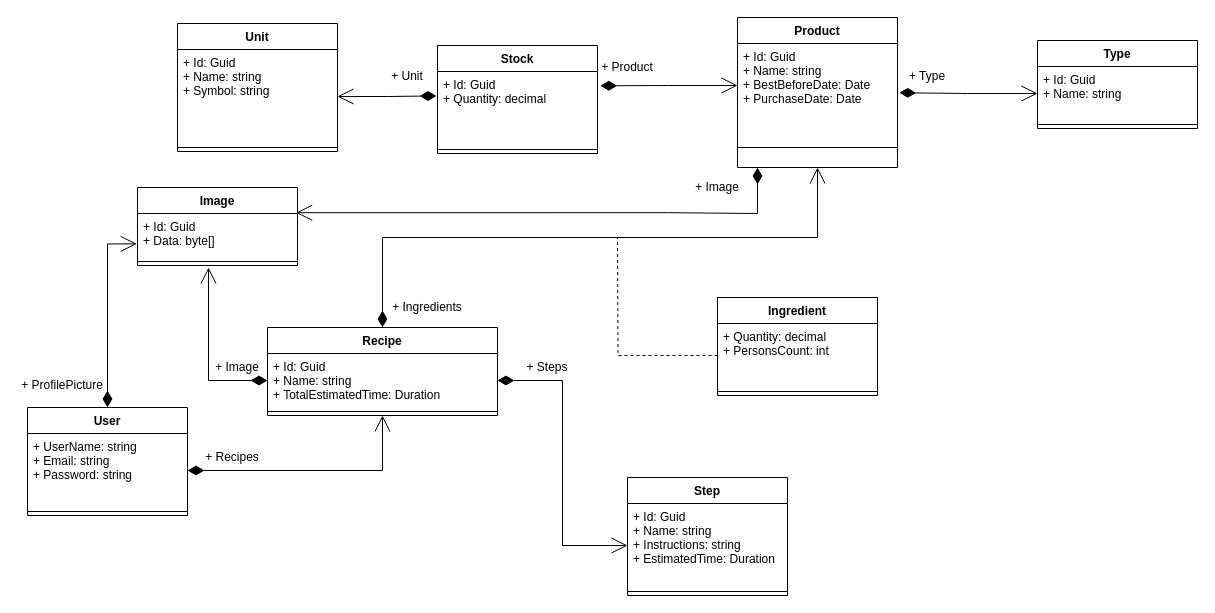
Earlier version of the draw.io diagram datamodel-fork-eat.drawio (ForkEat/docs). Source tidied: cells renumbered, new cells numbered last; positions are measured from the earlier drawing's top-left corner, leaving out a move shared by most shapes. Both pictures are drawn from the tidied source at 100%, with x=0, y=0 at pixel (17, 17).
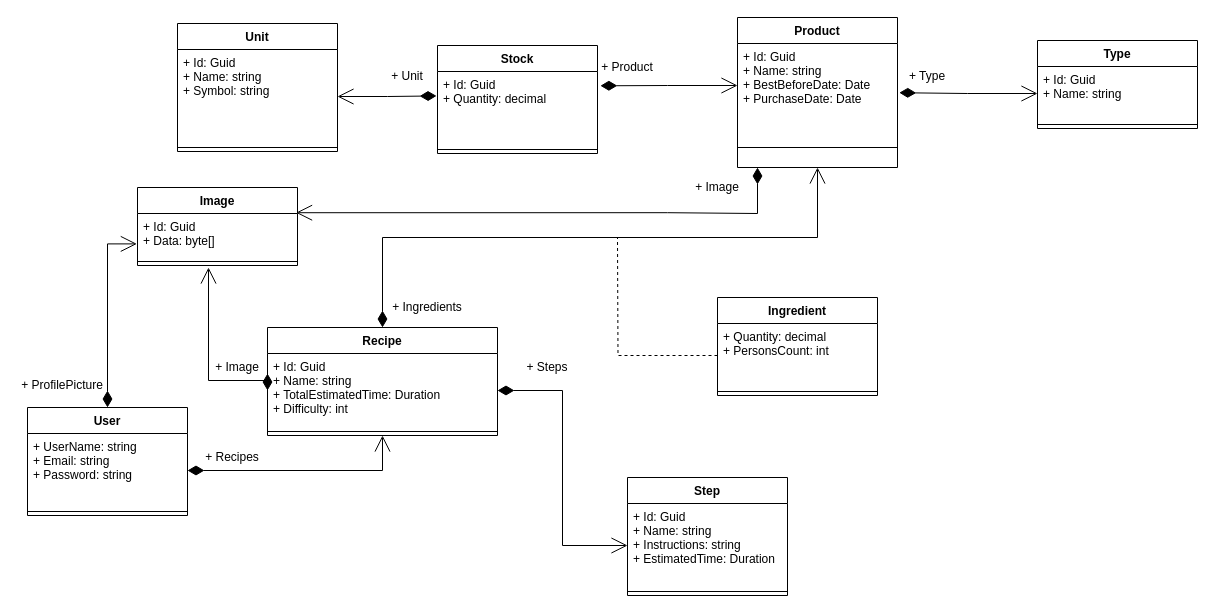
The same page after the edit.

Commit message:
add diffulty on digram

Change to the diagram source:
```diff
@@
     <mxCell id="15" value="Recipe" style="swimlane;fontStyle=1;align=center;verticalAlign=top;horizontal=1;startSize=26;" parent="1" vertex="1">
-      <mxGeometry x="250" y="310" width="230" height="88" as="geometry" />
+      <mxGeometry x="250" y="310" width="230" height="108" as="geometry" />
     </mxCell>
-    <mxCell id="16" value="+ Id: Guid&#10;+ Name: string&#10;+ TotalEstimatedTime: Duration" style="text;strokeColor=none;fillColor=none;align=left;verticalAlign=top;spacingLeft=4;spacingRight=4;overflow=hidden;points=[[0,0.5],[1,0.5]];portConstraint=eastwest;" parent="15" vertex="1">
-      <mxGeometry y="26" width="230" height="54" as="geometry" />
+    <mxCell id="16" value="+ Id: Guid&#10;+ Name: string&#10;+ TotalEstimatedTime: Duration&#10;+ Difficulty: int" style="text;strokeColor=none;fillColor=none;align=left;verticalAlign=top;spacingLeft=4;spacingRight=4;overflow=hidden;points=[[0,0.5],[1,0.5]];portConstraint=eastwest;" parent="15" vertex="1">
+      <mxGeometry y="26" width="230" height="74" as="geometry" />
     </mxCell>
     <mxCell id="17" style="line;strokeWidth=1;fillColor=none;align=left;verticalAlign=middle;spacingTop=-1;spacingLeft=3;spacingRight=3;labelPosition=right;" parent="15" vertex="1">
-      <mxGeometry y="80" width="230" height="8" as="geometry" />
+      <mxGeometry y="100" width="230" height="8" as="geometry" />
     </mxCell>
```
